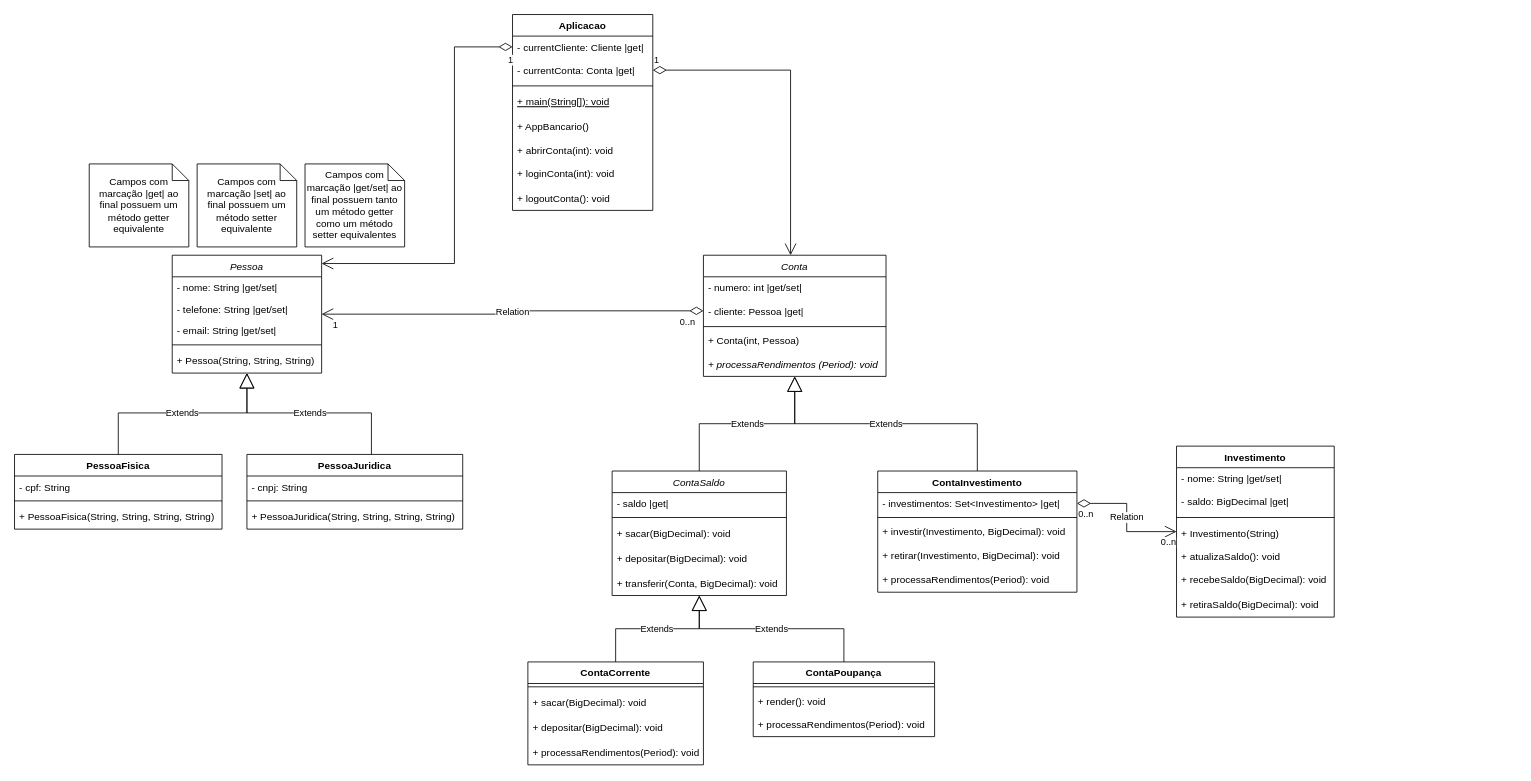
Before: diagramas/Diagrama Breno.drawio in leonardonunes3/Projeto-Let-s-Code, a draw.io diagram. Source tidied: cells renumbered, new cells numbered last; positions are measured from the earlier drawing's top-left corner, leaving out a move shared by most shapes. Both pictures are drawn from the tidied source at 83%, with x=0, y=0 at pixel (14, 14).
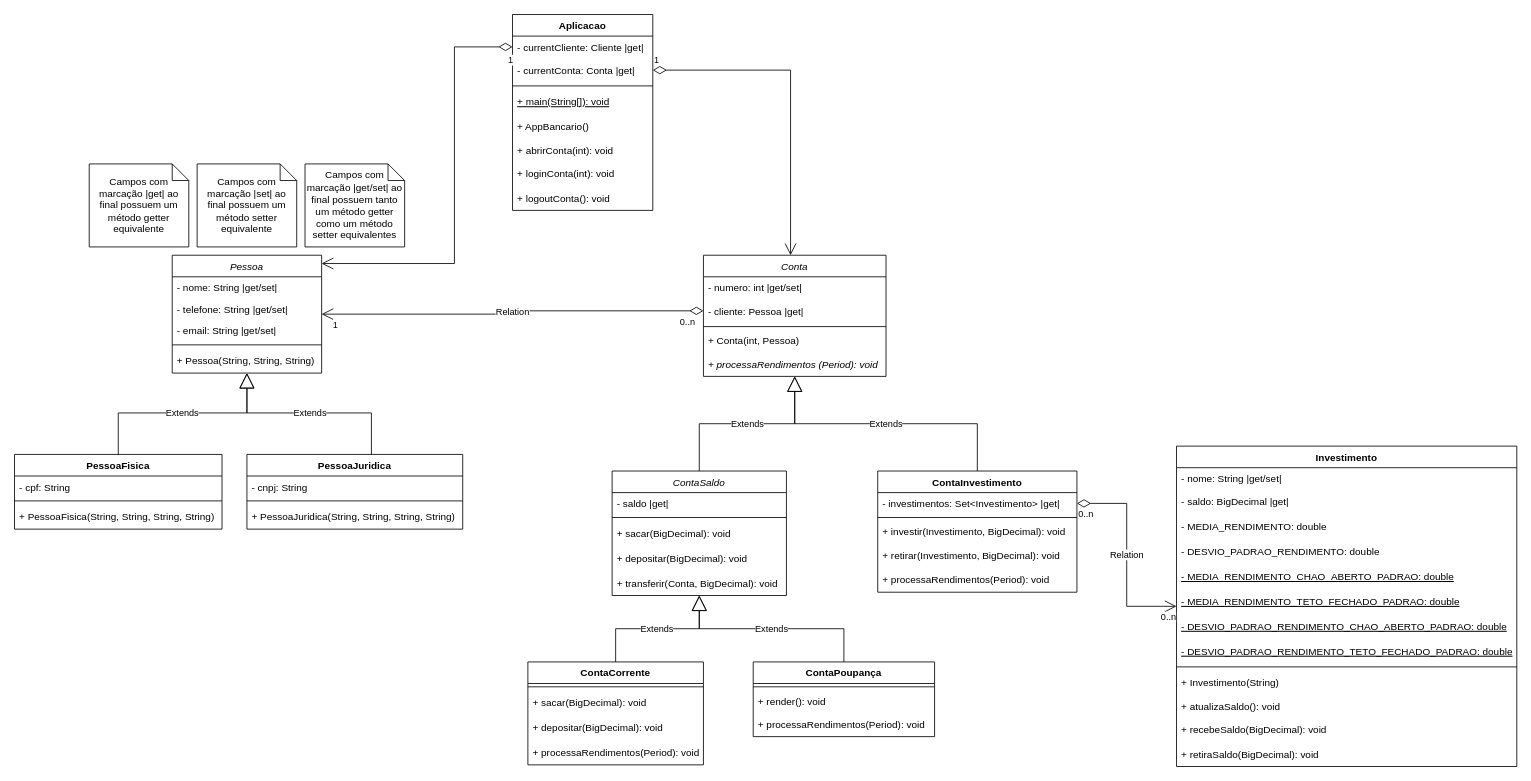
After the change.

Commit message:
Modifica diagrama de classes para adicionar constantes à classe Investimento.

What changed in the source:
```diff
@@
     <mxCell id="55" value="Investimento" style="swimlane;fontStyle=1;align=center;verticalAlign=top;horizontal=1;startSize=26;" parent="1" vertex="1">
-      <mxGeometry x="1400" y="520" width="190" height="206" as="geometry" />
+      <mxGeometry x="1400" y="520" width="410" height="386" as="geometry" />
     </mxCell>
     <mxCell id="56" value="- nome: String |get/set|" style="text;strokeColor=none;fillColor=none;align=left;verticalAlign=top;spacingLeft=4;spacingRight=4;overflow=hidden;" parent="55" vertex="1">
-      <mxGeometry y="26" width="190" height="26" as="geometry" />
+      <mxGeometry y="26" width="410" height="26" as="geometry" />
     </mxCell>
     <mxCell id="57" value="- saldo: BigDecimal |get|" style="text;strokeColor=none;fillColor=none;align=left;verticalAlign=middle;spacingLeft=4;spacingRight=4;overflow=hidden;" parent="55" vertex="1">
-      <mxGeometry y="52" width="190" height="30" as="geometry" />
+      <mxGeometry y="52" width="410" height="30" as="geometry" />
     </mxCell>
+    <mxCell id="77" value="- MEDIA_RENDIMENTO: double" style="text;strokeColor=none;fillColor=none;align=left;verticalAlign=middle;spacingLeft=4;spacingRight=4;overflow=hidden;" parent="55" vertex="1">
+      <mxGeometry y="82" width="410" height="30" as="geometry" />
+    </mxCell>
+    <mxCell id="78" value="- DESVIO_PADRAO_RENDIMENTO: double" style="text;strokeColor=none;fillColor=none;align=left;verticalAlign=middle;spacingLeft=4;spacingRight=4;overflow=hidden;" parent="55" vertex="1">
+      <mxGeometry y="112" width="410" height="30" as="geometry" />
+    </mxCell>
+    <mxCell id="79" value="- MEDIA_RENDIMENTO_CHAO_ABERTO_PADRAO: double" style="text;strokeColor=none;fillColor=none;align=left;verticalAlign=middle;spacingLeft=4;spacingRight=4;overflow=hidden;fontStyle=4;" parent="55" vertex="1">
+      <mxGeometry y="142" width="410" height="30" as="geometry" />
+    </mxCell>
+    <mxCell id="80" value="- MEDIA_RENDIMENTO_TETO_FECHADO_PADRAO: double" style="text;strokeColor=none;fillColor=none;align=left;verticalAlign=middle;spacingLeft=4;spacingRight=4;overflow=hidden;fontStyle=4;" parent="55" vertex="1">
+      <mxGeometry y="172" width="410" height="30" as="geometry" />
+    </mxCell>
+    <mxCell id="81" value="- DESVIO_PADRAO_RENDIMENTO_CHAO_ABERTO_PADRAO: double" style="text;strokeColor=none;fillColor=none;align=left;verticalAlign=middle;spacingLeft=4;spacingRight=4;overflow=hidden;fontStyle=4;" parent="55" vertex="1">
+      <mxGeometry y="202" width="410" height="30" as="geometry" />
+    </mxCell>
+    <mxCell id="82" value="- DESVIO_PADRAO_RENDIMENTO_TETO_FECHADO_PADRAO: double" style="text;strokeColor=none;fillColor=none;align=left;verticalAlign=middle;spacingLeft=4;spacingRight=4;overflow=hidden;fontStyle=4;" parent="55" vertex="1">
+      <mxGeometry y="232" width="410" height="30" as="geometry" />
+    </mxCell>
     <mxCell id="58" style="line;strokeWidth=1;fillColor=none;align=left;verticalAlign=middle;spacingTop=-1;spacingLeft=3;spacingRight=3;labelPosition=right;" parent="55" vertex="1">
-      <mxGeometry y="82" width="190" height="8" as="geometry" />
+      <mxGeometry y="262" width="410" height="8" as="geometry" />
     </mxCell>
     <mxCell id="59" value="+ Investimento(String)" style="text;strokeColor=none;fillColor=none;align=left;verticalAlign=middle;spacingLeft=4;spacingRight=4;overflow=hidden;" parent="55" vertex="1">
-      <mxGeometry y="90" width="190" height="30" as="geometry" />
+      <mxGeometry y="270" width="410" height="30" as="geometry" />
     </mxCell>
     <mxCell id="60" value="+ atualizaSaldo(): void" style="text;strokeColor=none;fillColor=none;align=left;verticalAlign=top;spacingLeft=4;spacingRight=4;overflow=hidden;" parent="55" vertex="1">
-      <mxGeometry y="120" width="190" height="26" as="geometry" />
+      <mxGeometry y="300" width="410" height="26" as="geometry" />
     </mxCell>
     <mxCell id="61" value="+ recebeSaldo(BigDecimal): void" style="text;strokeColor=none;fillColor=none;align=left;verticalAlign=middle;spacingLeft=4;spacingRight=4;overflow=hidden;" parent="55" vertex="1">
-      <mxGeometry y="146" width="190" height="30" as="geometry" />
+      <mxGeometry y="326" width="410" height="30" as="geometry" />
     </mxCell>
     <mxCell id="62" value="+ retiraSaldo(BigDecimal): void" style="text;strokeColor=none;fillColor=none;align=left;verticalAlign=middle;spacingLeft=4;spacingRight=4;overflow=hidden;" parent="55" vertex="1">
-      <mxGeometry y="176" width="190" height="30" as="geometry" />
+      <mxGeometry y="356" width="410" height="30" as="geometry" />
     </mxCell>
```
